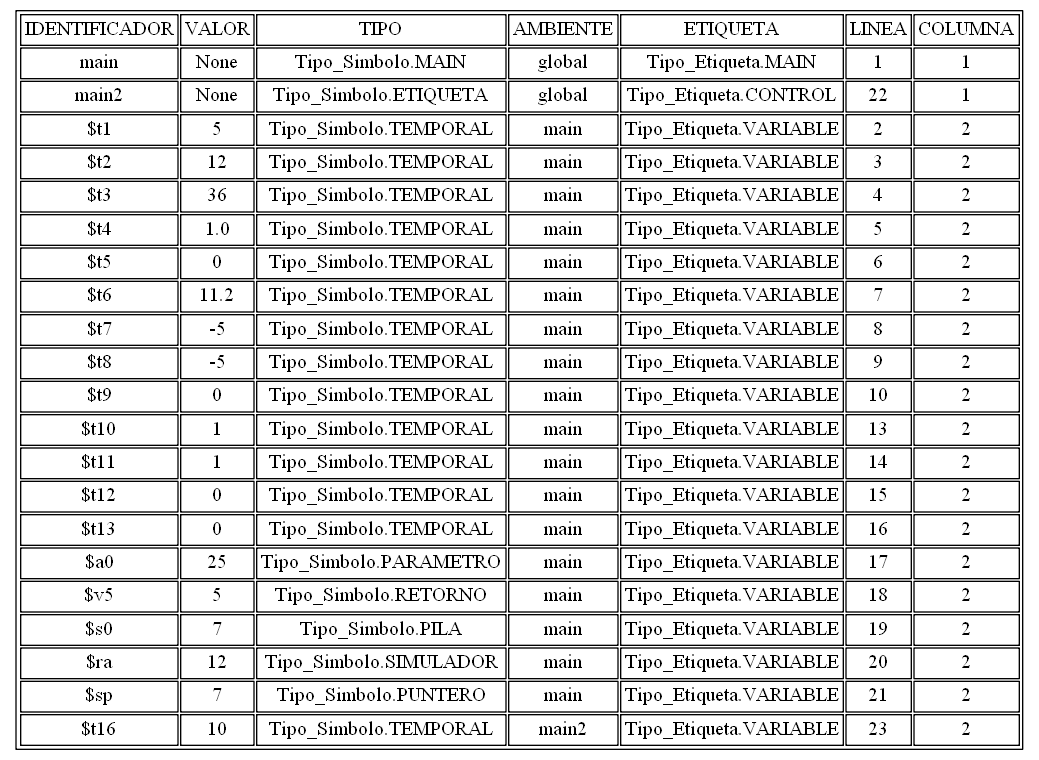
This is tablasimbolos.png from AndreeAvalos/OLC2-AUGUS, a Graphviz export, as it was before one commit. Its source is kept beside it as tablasimbolos.dot.
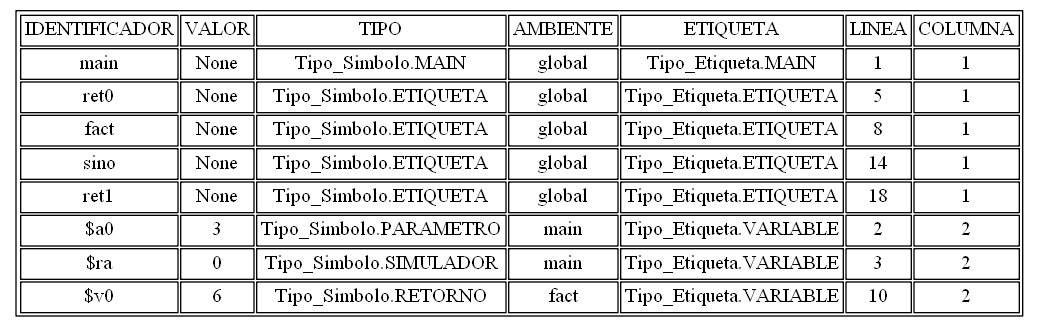
Above is the later version.

Change to the diagram source:
```diff
@@ -4,26 +4,13 @@
 arset [label=<<TABLE ALIGN="LEFT">
 <TR><TD>IDENTIFICADOR</TD><TD>VALOR</TD><TD>TIPO</TD><TD>AMBIENTE</TD><TD>ETIQUETA</TD><TD>LINEA</TD><TD>COLUMNA</TD></TR>
 <TR><TD>main</TD><TD>None</TD><TD>Tipo_Simbolo.MAIN</TD><TD>global</TD><TD>Tipo_Etiqueta.MAIN</TD><TD>1</TD><TD>1</TD></TR>
-<TR><TD>main2</TD><TD>None</TD><TD>Tipo_Simbolo.ETIQUETA</TD><TD>global</TD><TD>Tipo_Etiqueta.CONTROL</TD><TD>22</TD><TD>1</TD></TR>
-<TR><TD>$t1</TD><TD>5</TD><TD>Tipo_Simbolo.TEMPORAL</TD><TD>main</TD><TD>Tipo_Etiqueta.VARIABLE</TD><TD>2</TD><TD>2</TD></TR>
-<TR><TD>$t2</TD><TD>12</TD><TD>Tipo_Simbolo.TEMPORAL</TD><TD>main</TD><TD>Tipo_Etiqueta.VARIABLE</TD><TD>3</TD><TD>2</TD></TR>
-<TR><TD>$t3</TD><TD>36</TD><TD>Tipo_Simbolo.TEMPORAL</TD><TD>main</TD><TD>Tipo_Etiqueta.VARIABLE</TD><TD>4</TD><TD>2</TD></TR>
-<TR><TD>$t4</TD><TD>1.0</TD><TD>Tipo_Simbolo.TEMPORAL</TD><TD>main</TD><TD>Tipo_Etiqueta.VARIABLE</TD><TD>5</TD><TD>2</TD></TR>
-<TR><TD>$t5</TD><TD>0</TD><TD>Tipo_Simbolo.TEMPORAL</TD><TD>main</TD><TD>Tipo_Etiqueta.VARIABLE</TD><TD>6</TD><TD>2</TD></TR>
-<TR><TD>$t6</TD><TD>11.2</TD><TD>Tipo_Simbolo.TEMPORAL</TD><TD>main</TD><TD>Tipo_Etiqueta.VARIABLE</TD><TD>7</TD><TD>2</TD></TR>
-<TR><TD>$t7</TD><TD>-5</TD><TD>Tipo_Simbolo.TEMPORAL</TD><TD>main</TD><TD>Tipo_Etiqueta.VARIABLE</TD><TD>8</TD><TD>2</TD></TR>
-<TR><TD>$t8</TD><TD>-5</TD><TD>Tipo_Simbolo.TEMPORAL</TD><TD>main</TD><TD>Tipo_Etiqueta.VARIABLE</TD><TD>9</TD><TD>2</TD></TR>
-<TR><TD>$t9</TD><TD>0</TD><TD>Tipo_Simbolo.TEMPORAL</TD><TD>main</TD><TD>Tipo_Etiqueta.VARIABLE</TD><TD>10</TD><TD>2</TD></TR>
-<TR><TD>$t10</TD><TD>1</TD><TD>Tipo_Simbolo.TEMPORAL</TD><TD>main</TD><TD>Tipo_Etiqueta.VARIABLE</TD><TD>13</TD><TD>2</TD></TR>
-<TR><TD>$t11</TD><TD>1</TD><TD>Tipo_Simbolo.TEMPORAL</TD><TD>main</TD><TD>Tipo_Etiqueta.VARIABLE</TD><TD>14</TD><TD>2</TD></TR>
-<TR><TD>$t12</TD><TD>0</TD><TD>Tipo_Simbolo.TEMPORAL</TD><TD>main</TD><TD>Tipo_Etiqueta.VARIABLE</TD><TD>15</TD><TD>2</TD></TR>
-<TR><TD>$t13</TD><TD>0</TD><TD>Tipo_Simbolo.TEMPORAL</TD><TD>main</TD><TD>Tipo_Etiqueta.VARIABLE</TD><TD>16</TD><TD>2</TD></TR>
-<TR><TD>$a0</TD><TD>25</TD><TD>Tipo_Simbolo.PARAMETRO</TD><TD>main</TD><TD>Tipo_Etiqueta.VARIABLE</TD><TD>17</TD><TD>2</TD></TR>
-<TR><TD>$v5</TD><TD>5</TD><TD>Tipo_Simbolo.RETORNO</TD><TD>main</TD><TD>Tipo_Etiqueta.VARIABLE</TD><TD>18</TD><TD>2</TD></TR>
-<TR><TD>$s0</TD><TD>7</TD><TD>Tipo_Simbolo.PILA</TD><TD>main</TD><TD>Tipo_Etiqueta.VARIABLE</TD><TD>19</TD><TD>2</TD></TR>
-<TR><TD>$ra</TD><TD>12</TD><TD>Tipo_Simbolo.SIMULADOR</TD><TD>main</TD><TD>Tipo_Etiqueta.VARIABLE</TD><TD>20</TD><TD>2</TD></TR>
-<TR><TD>$sp</TD><TD>7</TD><TD>Tipo_Simbolo.PUNTERO</TD><TD>main</TD><TD>Tipo_Etiqueta.VARIABLE</TD><TD>21</TD><TD>2</TD></TR>
-<TR><TD>$t16</TD><TD>10</TD><TD>Tipo_Simbolo.TEMPORAL</TD><TD>main2</TD><TD>Tipo_Etiqueta.VARIABLE</TD><TD>23</TD><TD>2</TD></TR>
+<TR><TD>ret0</TD><TD>None</TD><TD>Tipo_Simbolo.ETIQUETA</TD><TD>global</TD><TD>Tipo_Etiqueta.ETIQUETA</TD><TD>5</TD><TD>1</TD></TR>
+<TR><TD>fact</TD><TD>None</TD><TD>Tipo_Simbolo.ETIQUETA</TD><TD>global</TD><TD>Tipo_Etiqueta.ETIQUETA</TD><TD>8</TD><TD>1</TD></TR>
+<TR><TD>sino</TD><TD>None</TD><TD>Tipo_Simbolo.ETIQUETA</TD><TD>global</TD><TD>Tipo_Etiqueta.ETIQUETA</TD><TD>14</TD><TD>1</TD></TR>
+<TR><TD>ret1</TD><TD>None</TD><TD>Tipo_Simbolo.ETIQUETA</TD><TD>global</TD><TD>Tipo_Etiqueta.ETIQUETA</TD><TD>18</TD><TD>1</TD></TR>
+<TR><TD>$a0</TD><TD>3</TD><TD>Tipo_Simbolo.PARAMETRO</TD><TD>main</TD><TD>Tipo_Etiqueta.VARIABLE</TD><TD>2</TD><TD>2</TD></TR>
+<TR><TD>$ra</TD><TD>0</TD><TD>Tipo_Simbolo.SIMULADOR</TD><TD>main</TD><TD>Tipo_Etiqueta.VARIABLE</TD><TD>3</TD><TD>2</TD></TR>
+<TR><TD>$v0</TD><TD>6</TD><TD>Tipo_Simbolo.RETORNO</TD><TD>fact</TD><TD>Tipo_Etiqueta.VARIABLE</TD><TD>10</TD><TD>2</TD></TR>
 </TABLE>
 >, ];
 }
```
